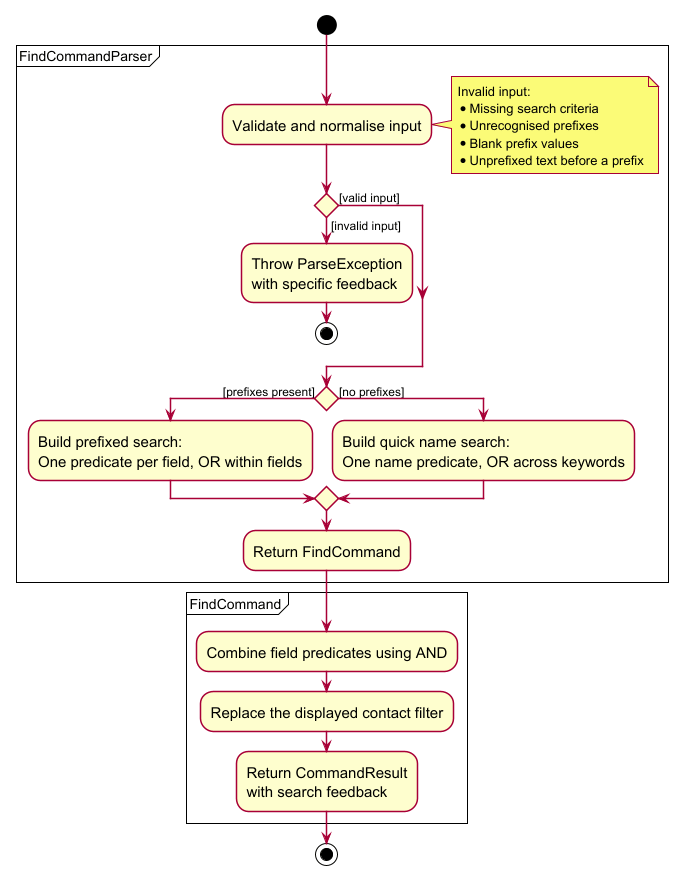
The PlantUML diagram docs/images/FindActivityDiagram.png in AY2627S1-CS2103T-F11-1/tp, before a commit.
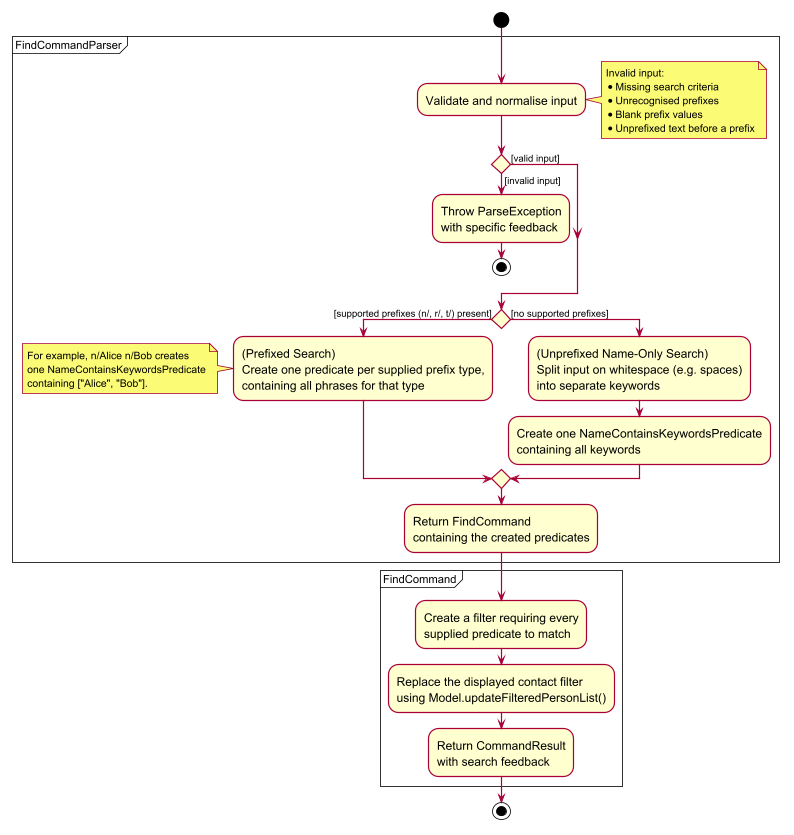
The same file after the commit.

Commit message:
Clarify find activity diagram and add sequence diagram

The edit, as a diff of the source:
```diff
@@ -16,24 +16,30 @@
         * Unprefixed text before a prefix
     end note
 
-    if () then ([valid input])
-    else ([invalid input])
+    if () then ([invalid input])
         :Throw ParseException\nwith specific feedback;
         stop
+    else ([valid input])
     endif
 
-    if () then ([prefixes present])
-        :Build prefixed search:\nOne predicate per field, OR within fields;
-    else ([no prefixes])
-        :Build quick name search:\nOne name predicate, OR across keywords;
+    if () then ([supported prefixes (n/, r/, t/) present])
+        :(Prefixed Search)\nCreate one predicate per supplied prefix type,\ncontaining all phrases for that type;
+        note left
+            For example, n/Alice n/Bob creates
+            one NameContainsKeywordsPredicate
+            containing ["Alice", "Bob"].
+        end note
+    else ([no supported prefixes])
+        :(Unprefixed Name-Only Search)\nSplit input on whitespace (e.g. spaces)\ninto separate keywords;
+        :Create one NameContainsKeywordsPredicate\ncontaining all keywords;
     endif
 
-    :Return FindCommand;
+    :Return FindCommand\ncontaining the created predicates;
 }
 
 partition FindCommand {
-    :Combine field predicates using AND;
-    :Replace the displayed contact filter;
+    :Create a filter requiring every\nsupplied predicate to match;
+    :Replace the displayed contact filter\nusing Model.updateFilteredPersonList();
     :Return CommandResult\nwith search feedback;
 }
 
```
